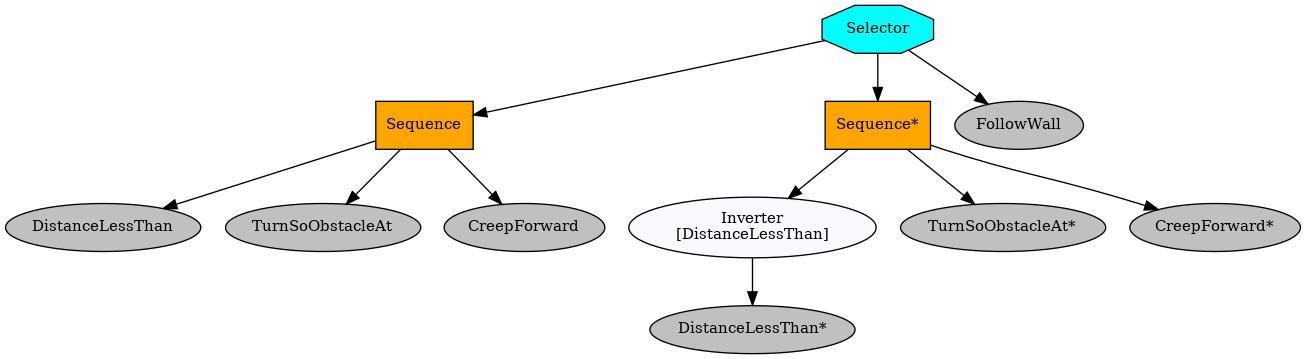
The Graphviz diagram selector.png in campusrover/2020prrexamples, before a commit. Its source is kept beside it as selector.dot. Its diagram source:
```dot
digraph selector {
graph [fontname="times-roman"];
node [fontname="times-roman"];
edge [fontname="times-roman"];
Selector [fontcolor=black, shape=octagon, fontsize=11, style=filled, fillcolor=cyan];
Sequence [fontcolor=black, shape=box, fontsize=11, style=filled, fillcolor=orange];
Selector -> Sequence;
DistanceLessThan [fontcolor=black, shape=ellipse, fontsize=11, style=filled, fillcolor=gray];
Sequence -> DistanceLessThan;
TurnSoObstacleAt [fontcolor=black, shape=ellipse, fontsize=11, style=filled, fillcolor=gray];
Sequence -> TurnSoObstacleAt;
CreepForward [fontcolor=black, shape=ellipse, fontsize=11, style=filled, fillcolor=gray];
Sequence -> CreepForward;
"Sequence*" [fontcolor=black, shape=box, fontsize=11, style=filled, fillcolor=orange];
Selector -> "Sequence*";
"Inverter\n[DistanceLessThan]" [fontcolor=black, shape=ellipse, fontsize=11, style=filled, fillcolor=ghostwhite];
"Sequence*" -> "Inverter\n[DistanceLessThan]";
"DistanceLessThan*" [fontcolor=black, shape=ellipse, fontsize=11, style=filled, fillcolor=gray];
"Inverter\n[DistanceLessThan]" -> "DistanceLessThan*";
"TurnSoObstacleAt*" [fontcolor=black, shape=ellipse, fontsize=11, style=filled, fillcolor=gray];
"Sequence*" -> "TurnSoObstacleAt*";
"CreepForward*" [fontcolor=black, shape=ellipse, fontsize=11, style=filled, fillcolor=gray];
"Sequence*" -> "CreepForward*";
FollowWall [fontcolor=black, shape=ellipse, fontsize=11, style=filled, fillcolor=gray];
Selector -> FollowWall;
}
```
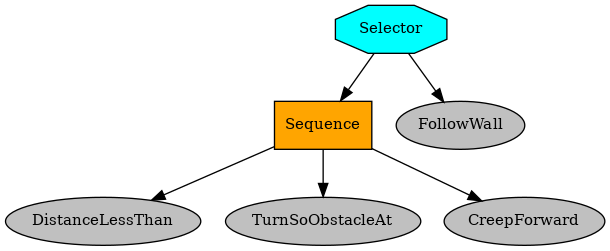
The same file after the commit.

What changed in the source:
```diff
@@ -11,16 +11,6 @@
 Sequence -> TurnSoObstacleAt;
 CreepForward [fontcolor=black, shape=ellipse, fontsize=11, style=filled, fillcolor=gray];
 Sequence -> CreepForward;
-"Sequence*" [fontcolor=black, shape=box, fontsize=11, style=filled, fillcolor=orange];
-Selector -> "Sequence*";
-"Inverter\n[DistanceLessThan]" [fontcolor=black, shape=ellipse, fontsize=11, style=filled, fillcolor=ghostwhite];
-"Sequence*" -> "Inverter\n[DistanceLessThan]";
-"DistanceLessThan*" [fontcolor=black, shape=ellipse, fontsize=11, style=filled, fillcolor=gray];
-"Inverter\n[DistanceLessThan]" -> "DistanceLessThan*";
-"TurnSoObstacleAt*" [fontcolor=black, shape=ellipse, fontsize=11, style=filled, fillcolor=gray];
-"Sequence*" -> "TurnSoObstacleAt*";
-"CreepForward*" [fontcolor=black, shape=ellipse, fontsize=11, style=filled, fillcolor=gray];
-"Sequence*" -> "CreepForward*";
 FollowWall [fontcolor=black, shape=ellipse, fontsize=11, style=filled, fillcolor=gray];
 Selector -> FollowWall;
 }
```
